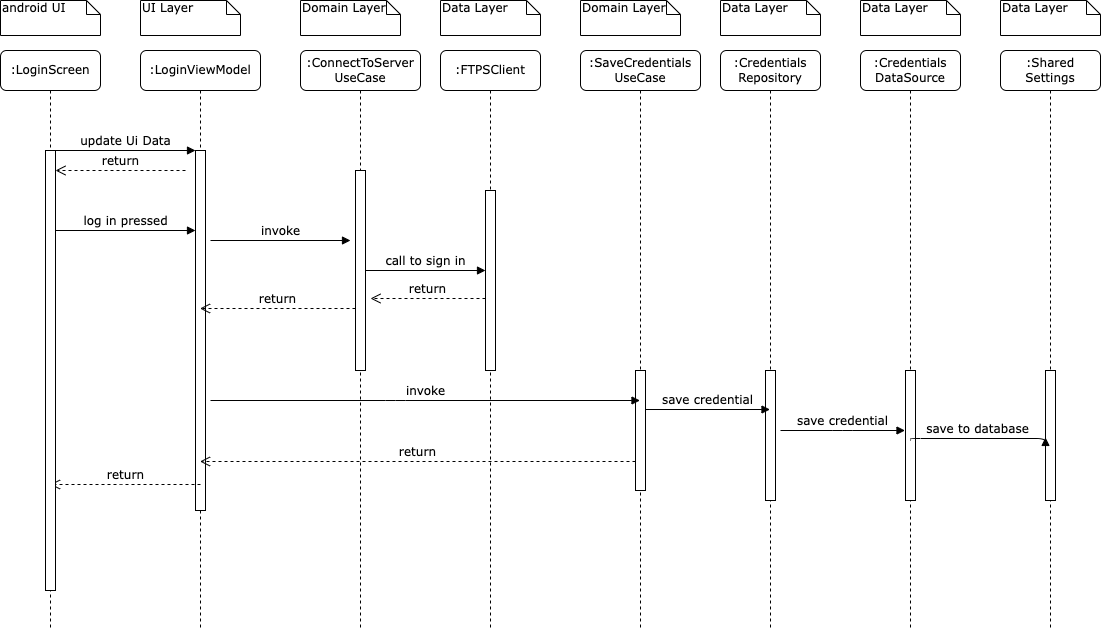
Before: docs/UML/LoginFlow.drawio.png, a diagram exported from draw.io (KevinSchildhorn/FoToPresenter). Source tidied: cells renumbered, new cells last; positions are measured from the earlier drawing's top-left corner, leaving out a move shared by most shapes.
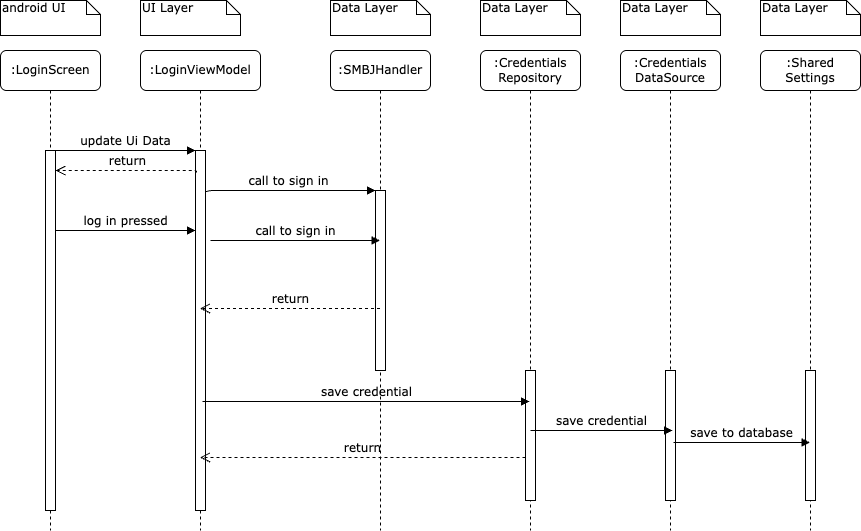
After the commit.

Commit message:
Removing SaveCredentialsUseCase

What changed in the source:
```diff
@@ -3,14 +3,13 @@
     <mxCell id="0" />
     <mxCell id="1" parent="0" />
     <mxCell id="2" value=":LoginViewModel" style="shape=umlLifeline;perimeter=lifelinePerimeter;whiteSpace=wrap;html=1;outlineConnect=0;rounded=1;shadow=0;comic=0;labelBackgroundColor=none;strokeWidth=1;fontFamily=Verdana;fontSize=12;align=center;" parent="1" vertex="1">
-      <mxGeometry x="140" y="50" width="120" height="580" as="geometry" />
+      <mxGeometry x="140" y="50" width="120" height="480" as="geometry" />
     </mxCell>
     <mxCell id="3" style="html=1;points=[];perimeter=orthogonalPerimeter;rounded=0;shadow=0;comic=0;labelBackgroundColor=none;strokeWidth=1;fontFamily=Verdana;fontSize=12;align=center;" parent="2" vertex="1">
       <mxGeometry x="55" y="100" width="10" height="360" as="geometry" />
     </mxCell>
-    <mxCell id="4" value="return" style="html=1;verticalAlign=bottom;endArrow=open;dashed=1;endSize=8;labelBackgroundColor=none;fontFamily=Verdana;fontSize=12;edgeStyle=elbowEdgeStyle;elbow=vertical;" parent="2" edge="1">
+    <mxCell id="4" value="return" style="html=1;verticalAlign=bottom;endArrow=open;dashed=1;endSize=8;labelBackgroundColor=none;fontFamily=Verdana;fontSize=12;edgeStyle=elbowEdgeStyle;elbow=vertical;exitX=0.1;exitY=0.061;exitDx=0;exitDy=0;exitPerimeter=0;" parent="2" edge="1" source="3">
       <mxGeometry relative="1" as="geometry">
-        <mxPoint x="45" y="120" as="sourcePoint" />
         <mxPoint x="-85" y="120" as="targetPoint" />
         <Array as="points">
           <mxPoint x="-10" y="120" />
@@ -18,58 +17,26 @@
         </Array>
       </mxGeometry>
     </mxCell>
-    <mxCell id="5" value=":ConnectToServer&lt;br&gt;UseCase" style="shape=umlLifeline;perimeter=lifelinePerimeter;whiteSpace=wrap;html=1;rounded=1;shadow=0;comic=0;labelBackgroundColor=none;strokeWidth=1;fontFamily=Verdana;fontSize=12;align=center;" parent="1" vertex="1">
-      <mxGeometry x="300" y="50" width="120" height="580" as="geometry" />
-    </mxCell>
-    <mxCell id="6" style="html=1;points=[];perimeter=orthogonalPerimeter;rounded=0;shadow=0;comic=0;labelBackgroundColor=none;strokeWidth=1;fontFamily=Verdana;fontSize=12;align=center;" parent="5" vertex="1">
-      <mxGeometry x="55" y="120" width="10" height="200" as="geometry" />
-    </mxCell>
-    <mxCell id="7" value="return" style="html=1;verticalAlign=bottom;endArrow=open;dashed=1;endSize=8;labelBackgroundColor=none;fontFamily=Verdana;fontSize=12;edgeStyle=elbowEdgeStyle;elbow=horizontal;" parent="5" edge="1">
-      <mxGeometry relative="1" as="geometry">
-        <mxPoint x="-100" y="434" as="sourcePoint" />
-        <mxPoint x="-250.5" y="434" as="targetPoint" />
-        <Array as="points">
-          <mxPoint x="-170" y="434" />
-          <mxPoint x="230.5" y="434" />
-        </Array>
-      </mxGeometry>
-    </mxCell>
-    <mxCell id="8" value=":FTPSClient" style="shape=umlLifeline;perimeter=lifelinePerimeter;whiteSpace=wrap;html=1;outlineConnect=0;rounded=1;shadow=0;comic=0;labelBackgroundColor=none;strokeWidth=1;fontFamily=Verdana;fontSize=12;align=center;" parent="1" vertex="1">
-      <mxGeometry x="440" y="50" width="100" height="580" as="geometry" />
+    <mxCell id="8" value=":SMBJHandler" style="shape=umlLifeline;perimeter=lifelinePerimeter;whiteSpace=wrap;html=1;outlineConnect=0;rounded=1;shadow=0;comic=0;labelBackgroundColor=none;strokeWidth=1;fontFamily=Verdana;fontSize=12;align=center;" parent="1" vertex="1">
+      <mxGeometry x="330" y="50" width="100" height="480" as="geometry" />
     </mxCell>
-    <mxCell id="9" value="return" style="html=1;verticalAlign=bottom;endArrow=open;dashed=1;endSize=8;labelBackgroundColor=none;fontFamily=Verdana;fontSize=12;edgeStyle=elbowEdgeStyle;elbow=horizontal;" parent="8" edge="1">
-      <mxGeometry relative="1" as="geometry">
-        <mxPoint x="45" y="248" as="sourcePoint" />
-        <mxPoint x="-70" y="248" as="targetPoint" />
-        <Array as="points">
-          <mxPoint x="-10" y="248" />
-          <mxPoint x="20" y="248" />
-        </Array>
-      </mxGeometry>
-    </mxCell>
-    <mxCell id="10" value=":SaveCredentials&lt;br&gt;UseCase" style="shape=umlLifeline;perimeter=lifelinePerimeter;whiteSpace=wrap;html=1;outlineConnect=0;rounded=1;shadow=0;comic=0;labelBackgroundColor=none;strokeWidth=1;fontFamily=Verdana;fontSize=12;align=center;" parent="1" vertex="1">
-      <mxGeometry x="580" y="50" width="120" height="580" as="geometry" />
-    </mxCell>
-    <mxCell id="11" style="html=1;points=[];perimeter=orthogonalPerimeter;rounded=0;shadow=0;comic=0;labelBackgroundColor=none;strokeWidth=1;fontFamily=Verdana;fontSize=12;align=center;" parent="10" vertex="1">
-      <mxGeometry x="55" y="320" width="10" height="120" as="geometry" />
-    </mxCell>
     <mxCell id="12" value=":Credentials&lt;br&gt;Repository" style="shape=umlLifeline;perimeter=lifelinePerimeter;whiteSpace=wrap;html=1;outlineConnect=0;rounded=1;shadow=0;comic=0;labelBackgroundColor=none;strokeWidth=1;fontFamily=Verdana;fontSize=12;align=center;" parent="1" vertex="1">
-      <mxGeometry x="720" y="50" width="100" height="580" as="geometry" />
+      <mxGeometry x="480" y="50" width="100" height="480" as="geometry" />
     </mxCell>
     <mxCell id="13" style="html=1;points=[];perimeter=orthogonalPerimeter;rounded=0;shadow=0;comic=0;labelBackgroundColor=none;strokeWidth=1;fontFamily=Verdana;fontSize=12;align=center;" parent="12" vertex="1">
       <mxGeometry x="45" y="320" width="10" height="130" as="geometry" />
     </mxCell>
     <mxCell id="14" value=":Credentials&lt;br&gt;DataSource" style="shape=umlLifeline;perimeter=lifelinePerimeter;whiteSpace=wrap;html=1;rounded=1;shadow=0;comic=0;labelBackgroundColor=none;strokeWidth=1;fontFamily=Verdana;fontSize=12;align=center;" parent="1" vertex="1">
-      <mxGeometry x="860" y="50" width="100" height="580" as="geometry" />
+      <mxGeometry x="620" y="50" width="100" height="480" as="geometry" />
     </mxCell>
     <mxCell id="15" style="html=1;points=[];perimeter=orthogonalPerimeter;rounded=0;shadow=0;comic=0;labelBackgroundColor=none;strokeWidth=1;fontFamily=Verdana;fontSize=12;align=center;" parent="14" vertex="1">
       <mxGeometry x="45" y="320" width="10" height="130" as="geometry" />
     </mxCell>
     <mxCell id="16" value=":LoginScreen" style="shape=umlLifeline;perimeter=lifelinePerimeter;whiteSpace=wrap;html=1;rounded=1;shadow=0;comic=0;labelBackgroundColor=none;strokeWidth=1;fontFamily=Verdana;fontSize=12;align=center;" parent="1" vertex="1">
-      <mxGeometry y="50" width="100" height="580" as="geometry" />
+      <mxGeometry y="50" width="100" height="480" as="geometry" />
     </mxCell>
     <mxCell id="17" style="html=1;points=[];perimeter=orthogonalPerimeter;rounded=0;shadow=0;comic=0;labelBackgroundColor=none;strokeWidth=1;fontFamily=Verdana;fontSize=12;align=center;" parent="16" vertex="1">
-      <mxGeometry x="45" y="100" width="10" height="440" as="geometry" />
+      <mxGeometry x="45" y="100" width="10" height="360" as="geometry" />
     </mxCell>
     <mxCell id="18" value="log in pressed" style="html=1;verticalAlign=bottom;endArrow=block;entryX=0;entryY=0;labelBackgroundColor=none;fontFamily=Verdana;fontSize=12;edgeStyle=elbowEdgeStyle;elbow=vertical;" parent="16" edge="1">
       <mxGeometry relative="1" as="geometry">
@@ -78,9 +45,9 @@
       </mxGeometry>
     </mxCell>
     <mxCell id="19" style="html=1;points=[];perimeter=orthogonalPerimeter;rounded=0;shadow=0;comic=0;labelBackgroundColor=none;strokeWidth=1;fontFamily=Verdana;fontSize=12;align=center;" parent="1" vertex="1">
-      <mxGeometry x="485" y="190" width="10" height="180" as="geometry" />
+      <mxGeometry x="375" y="190" width="10" height="180" as="geometry" />
     </mxCell>
-    <mxCell id="20" value="call to sign in" style="html=1;verticalAlign=bottom;endArrow=block;labelBackgroundColor=none;fontFamily=Verdana;fontSize=12;edgeStyle=elbowEdgeStyle;elbow=vertical;" parent="1" edge="1" source="6" target="19">
+    <mxCell id="20" value="call to sign in" style="html=1;verticalAlign=bottom;endArrow=block;labelBackgroundColor=none;fontFamily=Verdana;fontSize=12;edgeStyle=elbowEdgeStyle;elbow=vertical;exitX=1;exitY=0.122;exitDx=0;exitDy=0;exitPerimeter=0;" parent="1" edge="1" source="3" target="19">
       <mxGeometry relative="1" as="geometry">
         <Array as="points">
           <mxPoint x="360" y="190" />
@@ -96,73 +63,53 @@
     <mxCell id="23" value="UI Layer" style="shape=note;whiteSpace=wrap;html=1;size=14;verticalAlign=top;align=left;spacingTop=-6;rounded=0;shadow=0;comic=0;labelBackgroundColor=none;strokeWidth=1;fontFamily=Verdana;fontSize=12;" parent="1" vertex="1">
       <mxGeometry x="140" width="100" height="35" as="geometry" />
     </mxCell>
-    <mxCell id="24" value="Domain Layer" style="shape=note;whiteSpace=wrap;html=1;size=14;verticalAlign=top;align=left;spacingTop=-6;rounded=0;shadow=0;comic=0;labelBackgroundColor=none;strokeWidth=1;fontFamily=Verdana;fontSize=12;" parent="1" vertex="1">
-      <mxGeometry x="300" width="100" height="35" as="geometry" />
-    </mxCell>
     <mxCell id="25" value="Data Layer" style="shape=note;whiteSpace=wrap;html=1;size=14;verticalAlign=top;align=left;spacingTop=-6;rounded=0;shadow=0;comic=0;labelBackgroundColor=none;strokeWidth=1;fontFamily=Verdana;fontSize=12;" parent="1" vertex="1">
-      <mxGeometry x="440" width="100" height="35" as="geometry" />
+      <mxGeometry x="330" width="100" height="35" as="geometry" />
     </mxCell>
-    <mxCell id="26" value="Domain Layer" style="shape=note;whiteSpace=wrap;html=1;size=14;verticalAlign=top;align=left;spacingTop=-6;rounded=0;shadow=0;comic=0;labelBackgroundColor=none;strokeWidth=1;fontFamily=Verdana;fontSize=12;" parent="1" vertex="1">
-      <mxGeometry x="580" width="100" height="35" as="geometry" />
-    </mxCell>
     <mxCell id="27" value="Data Layer" style="shape=note;whiteSpace=wrap;html=1;size=14;verticalAlign=top;align=left;spacingTop=-6;rounded=0;shadow=0;comic=0;labelBackgroundColor=none;strokeWidth=1;fontFamily=Verdana;fontSize=12;" parent="1" vertex="1">
-      <mxGeometry x="720" width="100" height="35" as="geometry" />
+      <mxGeometry x="480" width="100" height="35" as="geometry" />
     </mxCell>
     <mxCell id="28" value="Data Layer" style="shape=note;whiteSpace=wrap;html=1;size=14;verticalAlign=top;align=left;spacingTop=-6;rounded=0;shadow=0;comic=0;labelBackgroundColor=none;strokeWidth=1;fontFamily=Verdana;fontSize=12;" parent="1" vertex="1">
-      <mxGeometry x="860" width="100" height="35" as="geometry" />
+      <mxGeometry x="620" width="100" height="35" as="geometry" />
     </mxCell>
-    <mxCell id="29" value="invoke" style="html=1;verticalAlign=bottom;endArrow=block;entryX=0;entryY=0;labelBackgroundColor=none;fontFamily=Verdana;fontSize=12;edgeStyle=elbowEdgeStyle;elbow=vertical;" parent="1" edge="1">
+    <mxCell id="29" value="call to sign in" style="html=1;verticalAlign=bottom;endArrow=block;labelBackgroundColor=none;fontFamily=Verdana;fontSize=12;edgeStyle=elbowEdgeStyle;elbow=vertical;" parent="1" edge="1" target="8">
       <mxGeometry relative="1" as="geometry">
         <mxPoint x="210" y="240" as="sourcePoint" />
-        <mxPoint x="350" y="240" as="targetPoint" />
       </mxGeometry>
     </mxCell>
-    <mxCell id="30" value="return" style="html=1;verticalAlign=bottom;endArrow=open;dashed=1;endSize=8;labelBackgroundColor=none;fontFamily=Verdana;fontSize=12;edgeStyle=elbowEdgeStyle;elbow=horizontal;" parent="1" edge="1" target="2">
+    <mxCell id="30" value="return" style="html=1;verticalAlign=bottom;endArrow=open;dashed=1;endSize=8;labelBackgroundColor=none;fontFamily=Verdana;fontSize=12;edgeStyle=elbowEdgeStyle;elbow=horizontal;" parent="1" edge="1" source="8" target="2">
       <mxGeometry relative="1" as="geometry">
-        <mxPoint x="355" y="308" as="sourcePoint" />
         <Array as="points">
           <mxPoint x="300" y="308" />
           <mxPoint x="330" y="308" />
         </Array>
       </mxGeometry>
     </mxCell>
-    <mxCell id="31" value="invoke" style="html=1;verticalAlign=bottom;endArrow=block;labelBackgroundColor=none;fontFamily=Verdana;fontSize=12;edgeStyle=elbowEdgeStyle;elbow=vertical;" parent="1" edge="1" target="10">
-      <mxGeometry relative="1" as="geometry">
-        <mxPoint x="210" y="400" as="sourcePoint" />
-      </mxGeometry>
+    <mxCell id="31" value="save credential" style="html=1;verticalAlign=bottom;endArrow=block;labelBackgroundColor=none;fontFamily=Verdana;fontSize=12;edgeStyle=elbowEdgeStyle;elbow=vertical;exitX=0.7;exitY=0.697;exitDx=0;exitDy=0;exitPerimeter=0;entryX=0.4;entryY=0.246;entryDx=0;entryDy=0;entryPerimeter=0;" parent="1" edge="1" source="3" target="13">
+      <mxGeometry relative="1" as="geometry" />
     </mxCell>
-    <mxCell id="32" value="save credential" style="html=1;verticalAlign=bottom;endArrow=block;labelBackgroundColor=none;fontFamily=Verdana;fontSize=12;edgeStyle=elbowEdgeStyle;elbow=vertical;exitX=1;exitY=0.325;exitDx=0;exitDy=0;exitPerimeter=0;" parent="1" edge="1" source="11" target="12">
-      <mxGeometry relative="1" as="geometry" />
-    </mxCell>
-    <mxCell id="33" value="save credential" style="html=1;verticalAlign=bottom;endArrow=block;labelBackgroundColor=none;fontFamily=Verdana;fontSize=12;edgeStyle=elbowEdgeStyle;elbow=vertical;exitX=1;exitY=0.325;exitDx=0;exitDy=0;exitPerimeter=0;" parent="1" edge="1">
-      <mxGeometry relative="1" as="geometry">
-        <mxPoint x="780" y="430" as="sourcePoint" />
-        <mxPoint x="904.5" y="430" as="targetPoint" />
-      </mxGeometry>
+    <mxCell id="33" value="save credential" style="html=1;verticalAlign=bottom;endArrow=block;labelBackgroundColor=none;fontFamily=Verdana;fontSize=12;edgeStyle=elbowEdgeStyle;elbow=vertical;exitX=0.5;exitY=0.462;exitDx=0;exitDy=0;exitPerimeter=0;entryX=0.7;entryY=0.462;entryDx=0;entryDy=0;entryPerimeter=0;" parent="1" edge="1" source="13" target="15">
+      <mxGeometry relative="1" as="geometry" />
     </mxCell>
     <mxCell id="34" value=":Shared Settings" style="shape=umlLifeline;perimeter=lifelinePerimeter;whiteSpace=wrap;html=1;outlineConnect=0;rounded=1;shadow=0;comic=0;labelBackgroundColor=none;strokeWidth=1;fontFamily=Verdana;fontSize=12;align=center;" parent="1" vertex="1">
-      <mxGeometry x="1000" y="50" width="100" height="580" as="geometry" />
+      <mxGeometry x="760" y="50" width="100" height="480" as="geometry" />
     </mxCell>
     <mxCell id="35" style="html=1;points=[];perimeter=orthogonalPerimeter;rounded=0;shadow=0;comic=0;labelBackgroundColor=none;strokeWidth=1;fontFamily=Verdana;fontSize=12;align=center;" parent="34" vertex="1">
       <mxGeometry x="45" y="320" width="10" height="130" as="geometry" />
     </mxCell>
-    <mxCell id="36" value="save to database" style="html=1;verticalAlign=bottom;endArrow=block;labelBackgroundColor=none;fontFamily=Verdana;fontSize=12;edgeStyle=elbowEdgeStyle;elbow=vertical;exitX=1;exitY=0.325;exitDx=0;exitDy=0;exitPerimeter=0;entryX=0;entryY=0.515;entryDx=0;entryDy=0;entryPerimeter=0;" parent="1" edge="1" target="35">
-      <mxGeometry relative="1" as="geometry">
-        <mxPoint x="910" y="440" as="sourcePoint" />
-      </mxGeometry>
+    <mxCell id="36" value="save to database" style="html=1;verticalAlign=bottom;endArrow=block;labelBackgroundColor=none;fontFamily=Verdana;fontSize=12;edgeStyle=elbowEdgeStyle;elbow=vertical;exitX=0.8;exitY=0.554;exitDx=0;exitDy=0;exitPerimeter=0;" parent="1" edge="1" source="15" target="34">
+      <mxGeometry relative="1" as="geometry" />
     </mxCell>
-    <mxCell id="37" value="return" style="html=1;verticalAlign=bottom;endArrow=open;dashed=1;endSize=8;labelBackgroundColor=none;fontFamily=Verdana;fontSize=12;edgeStyle=elbowEdgeStyle;elbow=horizontal;" parent="1" edge="1">
+    <mxCell id="37" value="return" style="html=1;verticalAlign=bottom;endArrow=open;dashed=1;endSize=8;labelBackgroundColor=none;fontFamily=Verdana;fontSize=12;edgeStyle=elbowEdgeStyle;elbow=horizontal;exitX=0;exitY=0.669;exitDx=0;exitDy=0;exitPerimeter=0;" parent="1" edge="1" source="13" target="2">
       <mxGeometry relative="1" as="geometry">
-        <mxPoint x="635" y="461" as="sourcePoint" />
-        <mxPoint x="199.5" y="461" as="targetPoint" />
         <Array as="points">
-          <mxPoint x="580" y="461" />
+          <mxPoint x="480" y="457" />
           <mxPoint x="610" y="461" />
         </Array>
       </mxGeometry>
     </mxCell>
     <mxCell id="38" value="Data Layer" style="shape=note;whiteSpace=wrap;html=1;size=14;verticalAlign=top;align=left;spacingTop=-6;rounded=0;shadow=0;comic=0;labelBackgroundColor=none;strokeWidth=1;fontFamily=Verdana;fontSize=12;" parent="1" vertex="1">
-      <mxGeometry x="1000" width="100" height="35" as="geometry" />
+      <mxGeometry x="760" width="100" height="35" as="geometry" />
     </mxCell>
   </root>
 </mxGraphModel>
```
